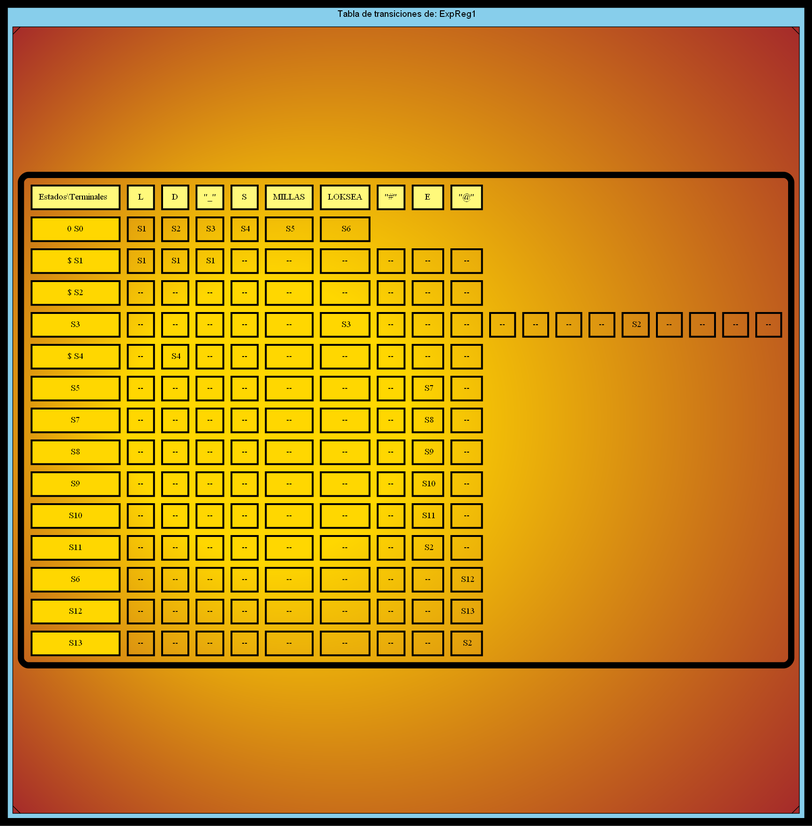
This is TRANSICIONES_202000119/TransicionesExpReg1.png from SergieArizandieta/OLC1-P1-202000119, a Graphviz export, as it was before one commit. Its source is kept beside it as TRANSICIONES_202000119/TransicionesExpReg1.dot.
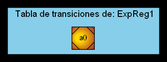
After the commit.

Change to the diagram source:
```diff
@@ -20,177 +20,5 @@
   </TR>
   <TR>
       <TD border="3" bgcolor="gold">0 S0</TD>
-      <TD border="3"> S1</TD>
-      <TD border="3"> S2</TD>
-      <TD border="3"> S3</TD>
-      <TD border="3"> S4</TD>
-      <TD border="3"> S5</TD>
-      <TD border="3"> S6</TD>
-  </TR>
-  <TR>
-      <TD border="3" bgcolor="gold"  >$ S1</TD>
-      <TD border="3"> S1</TD>
-      <TD border="3"> S1</TD>
-      <TD border="3"> S1</TD>
-      <TD border="3"> -- </TD>
-      <TD border="3"> -- </TD>
-      <TD border="3"> -- </TD>
-      <TD border="3"> -- </TD>
-      <TD border="3"> -- </TD>
-      <TD border="3"> -- </TD>
-  </TR>
-  <TR>
-      <TD border="3" bgcolor="gold"  >$ S2</TD>
-      <TD border="3"> -- </TD>
-      <TD border="3"> -- </TD>
-      <TD border="3"> -- </TD>
-      <TD border="3"> -- </TD>
-      <TD border="3"> -- </TD>
-      <TD border="3"> -- </TD>
-      <TD border="3"> -- </TD>
-      <TD border="3"> -- </TD>
-      <TD border="3"> -- </TD>
-  </TR>
-  <TR>
-      <TD border="3" bgcolor="gold">S3</TD>
-      <TD border="3"> -- </TD>
-      <TD border="3"> -- </TD>
-      <TD border="3"> -- </TD>
-      <TD border="3"> -- </TD>
-      <TD border="3"> -- </TD>
-      <TD border="3"> S3</TD>
-      <TD border="3"> -- </TD>
-      <TD border="3"> -- </TD>
-      <TD border="3"> -- </TD>
-      <TD border="3"> -- </TD>
-      <TD border="3"> -- </TD>
-      <TD border="3"> -- </TD>
-      <TD border="3"> -- </TD>
-      <TD border="3"> S2</TD>
-      <TD border="3"> -- </TD>
-      <TD border="3"> -- </TD>
-      <TD border="3"> -- </TD>
-      <TD border="3"> -- </TD>
-  </TR>
-  <TR>
-      <TD border="3" bgcolor="gold"  >$ S4</TD>
-      <TD border="3"> -- </TD>
-      <TD border="3"> S4</TD>
-      <TD border="3"> -- </TD>
-      <TD border="3"> -- </TD>
-      <TD border="3"> -- </TD>
-      <TD border="3"> -- </TD>
-      <TD border="3"> -- </TD>
-      <TD border="3"> -- </TD>
-      <TD border="3"> -- </TD>
-  </TR>
-  <TR>
-      <TD border="3" bgcolor="gold">S5</TD>
-      <TD border="3"> -- </TD>
-      <TD border="3"> -- </TD>
-      <TD border="3"> -- </TD>
-      <TD border="3"> -- </TD>
-      <TD border="3"> -- </TD>
-      <TD border="3"> -- </TD>
-      <TD border="3"> -- </TD>
-      <TD border="3" > S7</TD>
-      <TD border="3"> -- </TD>
-  </TR>
-  <TR>
-      <TD border="3" bgcolor="gold">S7</TD>
-      <TD border="3"> -- </TD>
-      <TD border="3"> -- </TD>
-      <TD border="3"> -- </TD>
-      <TD border="3"> -- </TD>
-      <TD border="3"> -- </TD>
-      <TD border="3"> -- </TD>
-      <TD border="3"> -- </TD>
-      <TD border="3" > S8</TD>
-      <TD border="3"> -- </TD>
-  </TR>
-  <TR>
-      <TD border="3" bgcolor="gold">S8</TD>
-      <TD border="3"> -- </TD>
-      <TD border="3"> -- </TD>
-      <TD border="3"> -- </TD>
-      <TD border="3"> -- </TD>
-      <TD border="3"> -- </TD>
-      <TD border="3"> -- </TD>
-      <TD border="3"> -- </TD>
-      <TD border="3" > S9</TD>
-      <TD border="3"> -- </TD>
-  </TR>
-  <TR>
-      <TD border="3" bgcolor="gold">S9</TD>
-      <TD border="3"> -- </TD>
-      <TD border="3"> -- </TD>
-      <TD border="3"> -- </TD>
-      <TD border="3"> -- </TD>
-      <TD border="3"> -- </TD>
-      <TD border="3"> -- </TD>
-      <TD border="3"> -- </TD>
-      <TD border="3" > S10</TD>
-      <TD border="3"> -- </TD>
-  </TR>
-  <TR>
-      <TD border="3" bgcolor="gold">S10</TD>
-      <TD border="3"> -- </TD>
-      <TD border="3"> -- </TD>
-      <TD border="3"> -- </TD>
-      <TD border="3"> -- </TD>
-      <TD border="3"> -- </TD>
-      <TD border="3"> -- </TD>
-      <TD border="3"> -- </TD>
-      <TD border="3" > S11</TD>
-      <TD border="3"> -- </TD>
-  </TR>
-  <TR>
-      <TD border="3" bgcolor="gold">S11</TD>
-      <TD border="3"> -- </TD>
-      <TD border="3"> -- </TD>
-      <TD border="3"> -- </TD>
-      <TD border="3"> -- </TD>
-      <TD border="3"> -- </TD>
-      <TD border="3"> -- </TD>
-      <TD border="3"> -- </TD>
-      <TD border="3"> S2</TD>
-      <TD border="3"> -- </TD>
-  </TR>
-  <TR>
-      <TD border="3" bgcolor="gold">S6</TD>
-      <TD border="3"> -- </TD>
-      <TD border="3"> -- </TD>
-      <TD border="3"> -- </TD>
-      <TD border="3"> -- </TD>
-      <TD border="3"> -- </TD>
-      <TD border="3"> -- </TD>
-      <TD border="3"> -- </TD>
-      <TD border="3"> -- </TD>
-      <TD border="3" > S12</TD>
-  </TR>
-  <TR>
-      <TD border="3" bgcolor="gold">S12</TD>
-      <TD border="3"> -- </TD>
-      <TD border="3"> -- </TD>
-      <TD border="3"> -- </TD>
-      <TD border="3"> -- </TD>
-      <TD border="3"> -- </TD>
-      <TD border="3"> -- </TD>
-      <TD border="3"> -- </TD>
-      <TD border="3"> -- </TD>
-      <TD border="3" > S13</TD>
-  </TR>
-  <TR>
-      <TD border="3" bgcolor="gold">S13</TD>
-      <TD border="3"> -- </TD>
-      <TD border="3"> -- </TD>
-      <TD border="3"> -- </TD>
-      <TD border="3"> -- </TD>
-      <TD border="3"> -- </TD>
-      <TD border="3"> -- </TD>
-      <TD border="3"> -- </TD>
-      <TD border="3"> -- </TD>
-      <TD border="3"> S2</TD>
-  </TR>
 
 </TABLE>>];}}
```
